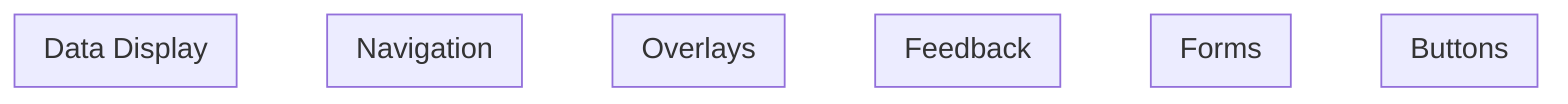
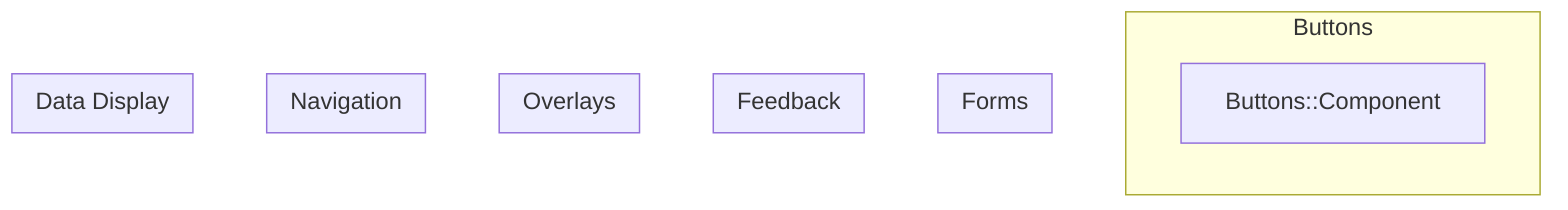
flowchart TB
  subgraph buttons["Buttons"]
-     %% Components go here.
+     buttons_component["Buttons::Component"]
  end

  subgraph forms["Forms"]
    %% Components go here.
  end

  subgraph feedback["Feedback"]
    %% Components go here.
  end

  subgraph overlays["Overlays"]
    %% Components go here.
  end

  subgraph navigation["Navigation"]
    %% Components go here.
  end

  subgraph data_display["Data Display"]
    %% Components go here.
  end
